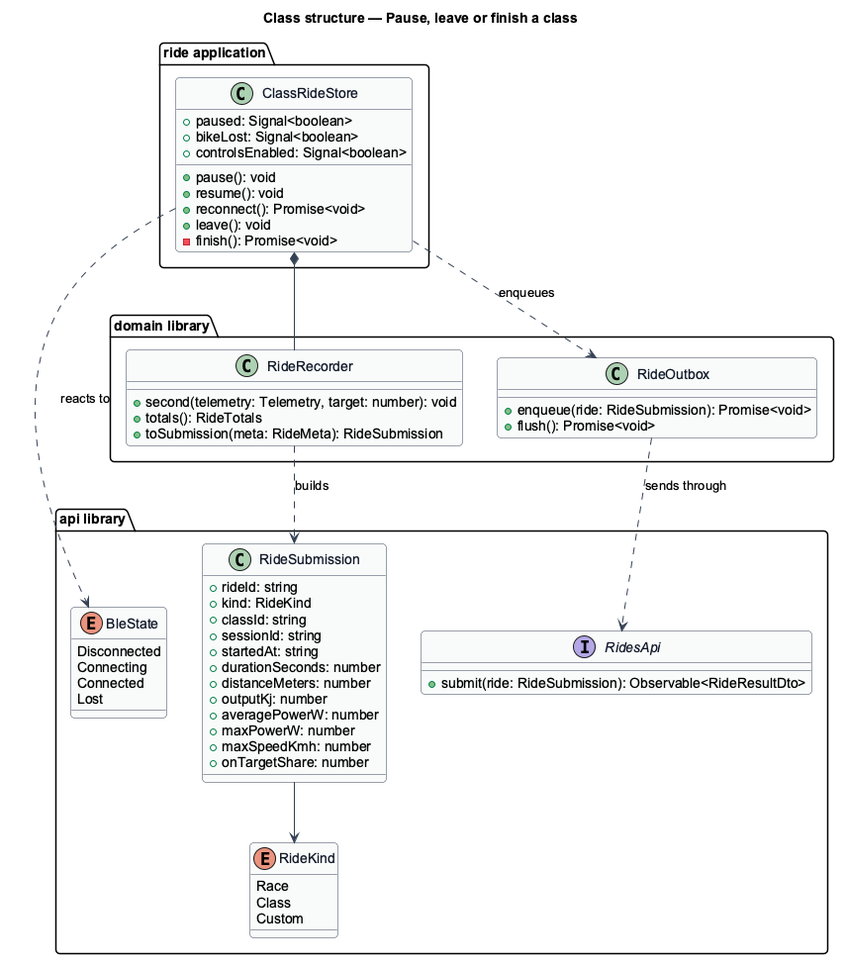
The PlantUML diagram docs/detailed-designs/classes/pause-leave-or-finish-a-class/diagrams/class-structure.png in QuinntyneBrown/ride-one, before a commit.
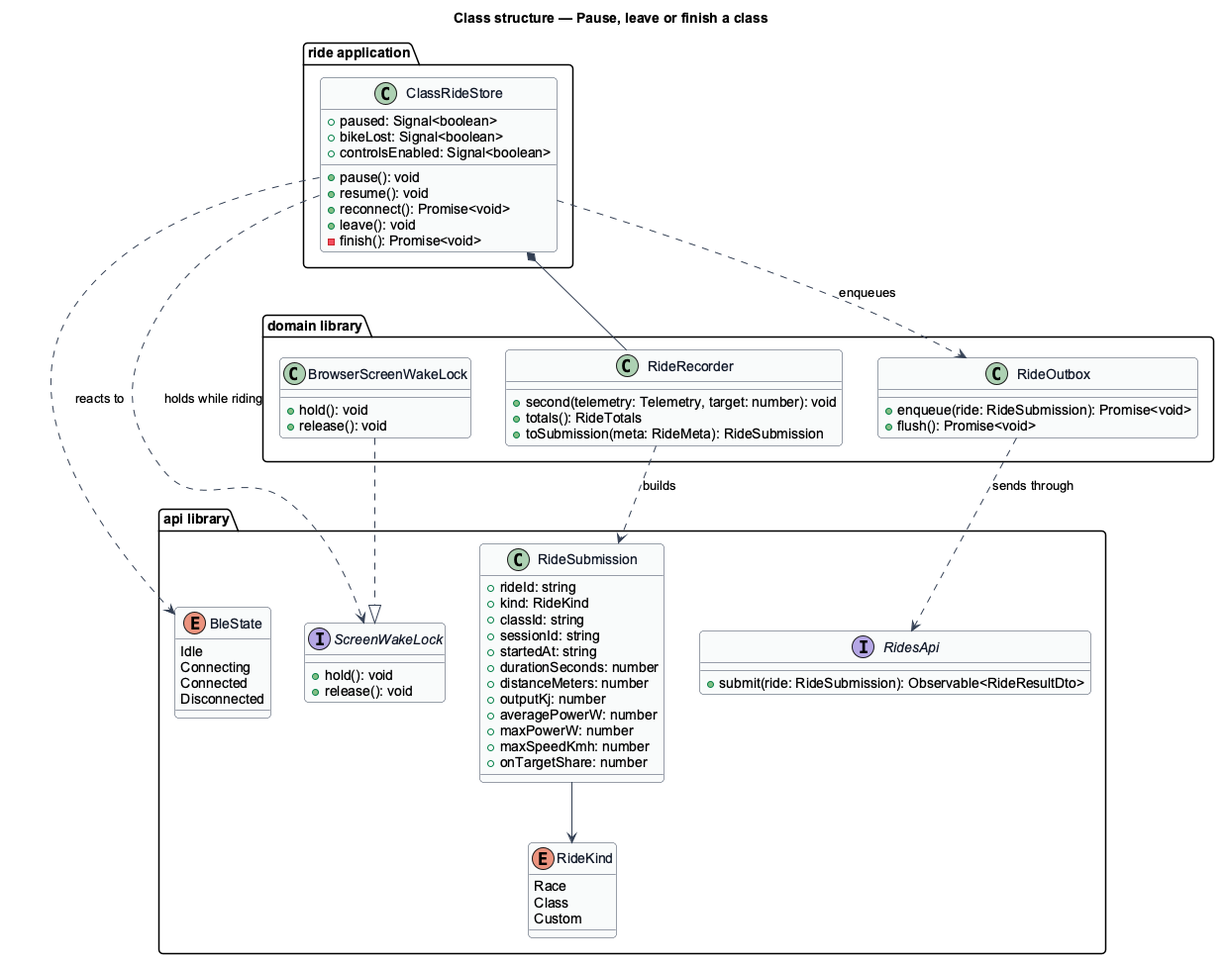
Later version of the same file.

Change to the diagram source:
```diff
@@ -13,10 +13,14 @@
 
 package "api library" {
   enum BleState {
-    Disconnected
+    Idle
     Connecting
     Connected
-    Lost
+    Disconnected
+  }
+  interface ScreenWakeLock {
+    +hold(): void
+    +release(): void
   }
   class RideSubmission {
     +rideId: string
@@ -47,6 +51,10 @@
     +totals(): RideTotals
     +toSubmission(meta: RideMeta): RideSubmission
   }
+  class BrowserScreenWakeLock {
+    +hold(): void
+    +release(): void
+  }
   class RideOutbox {
     +enqueue(ride: RideSubmission): Promise<void>
     +flush(): Promise<void>
@@ -65,6 +73,8 @@
   }
 }
 ClassRideStore ..> BleState : reacts to
+ClassRideStore ..> ScreenWakeLock : holds while riding
+BrowserScreenWakeLock ..|> ScreenWakeLock
 ClassRideStore *-- RideRecorder
 ClassRideStore ..> RideOutbox : enqueues
 RideRecorder ..> RideSubmission : builds
```
